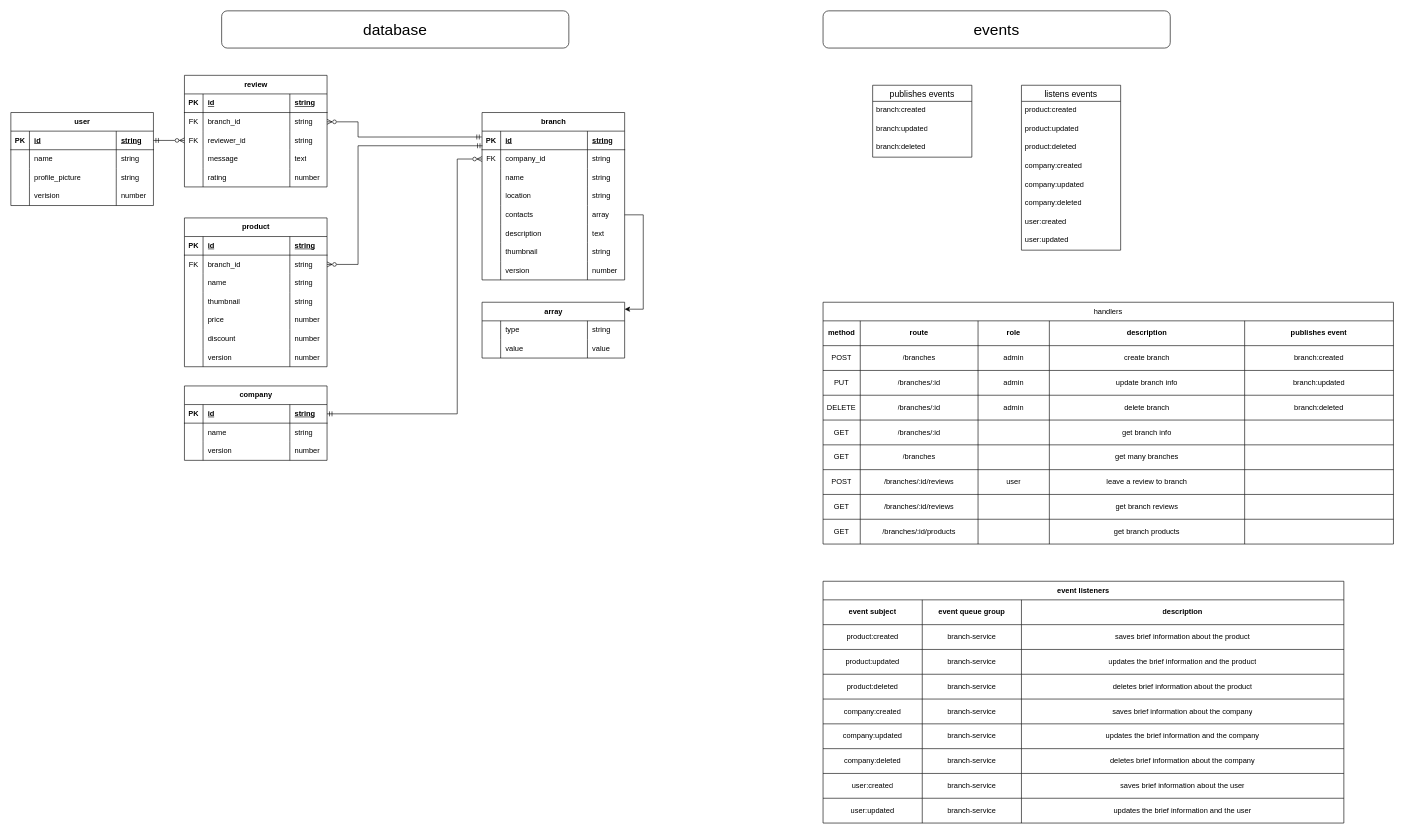
This is page "branch" (7 of 11) of app.drawio from ernurQ/eat-web-diagrams, a draw.io file, before an edit. Source tidied: cells renumbered, new cells numbered last; positions are measured from the earlier drawing's top-left corner, leaving out a move shared by most shapes. Both pictures are drawn from the tidied source at 62%, with x=0, y=0 at pixel (11, 11).
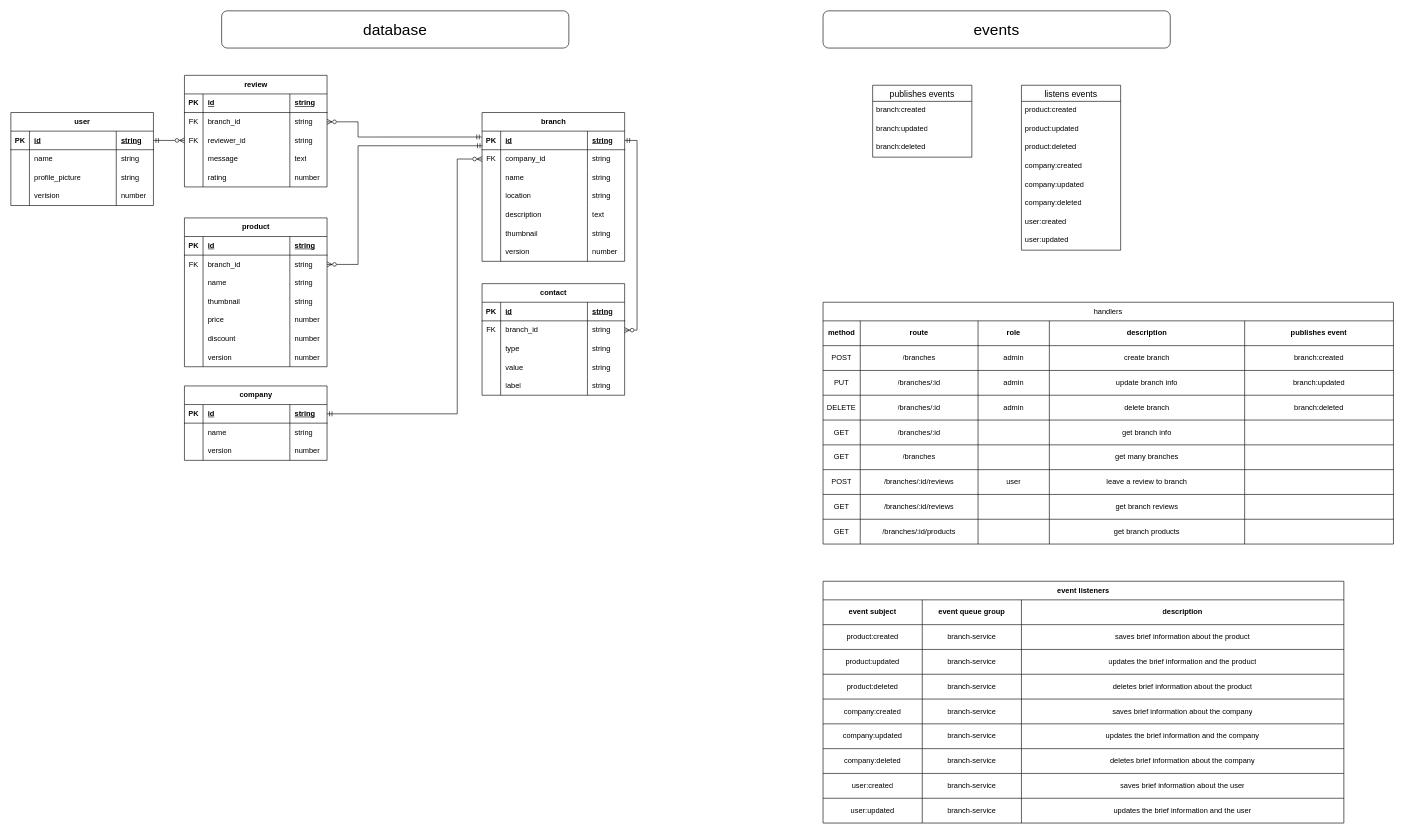
After the change.

Commit message (it also covers changes not shown here):
update company, branch contacts

The change refers to these unchanged cells:
```xml
<mxCell id="3" style="shape=tableRow;horizontal=0;startSize=0;swimlaneHead=0;swimlaneBody=0;fillColor=none;points=[[0,0.5],[1,0.5]];portConstraint=eastwest;top=0;left=0;right=0;bottom=1;" parent="2" vertex="1">
  <mxGeometry y="30" width="230" height="30" as="geometry" />
</mxCell>
```

The edit, as a diff of the source:
```diff
@@
     <mxCell id="2" value="branch" style="shape=table;startSize=30;childLayout=tableLayout;rowLines=0;fontStyle=1;align=center;html=1;" parent="1" vertex="1">
-      <mxGeometry x="760" y="164" width="230" height="270" as="geometry" />
+      <mxGeometry x="760" y="164" width="230" height="240" as="geometry" />
     </mxCell>
@@
-    <mxCell id="19" style="shape=tableRow;horizontal=0;startSize=0;swimlaneHead=0;swimlaneBody=0;fillColor=none;points=[[0,0.5],[1,0.5]];portConstraint=eastwest;top=0;left=0;right=0;bottom=0;" parent="2" vertex="1">
-      <mxGeometry y="150" width="230" height="30" as="geometry" />
-    </mxCell>
-    <mxCell id="20" style="shape=partialRectangle;fillColor=none;top=0;left=0;bottom=0;right=0;overflow=hidden;whiteSpace=wrap;html=1;" parent="19" vertex="1">
-      <mxGeometry width="30" height="30" as="geometry" />
-    </mxCell>
-    <mxCell id="21" value="contacts" style="shape=partialRectangle;fillColor=none;top=0;left=0;bottom=0;right=0;align=left;spacingLeft=6;overflow=hidden;whiteSpace=wrap;html=1;" parent="19" vertex="1">
-      <mxGeometry x="30" width="140" height="30" as="geometry" />
-    </mxCell>
-    <mxCell id="22" value="array" style="shape=partialRectangle;fillColor=none;top=0;left=0;bottom=0;right=0;align=left;spacingLeft=6;overflow=hidden;whiteSpace=wrap;html=1;" parent="19" vertex="1">
-      <mxGeometry x="170" width="60" height="30" as="geometry" />
-    </mxCell>
     <mxCell id="23" style="shape=tableRow;horizontal=0;startSize=0;swimlaneHead=0;swimlaneBody=0;fillColor=none;top=0;left=0;right=0;bottom=0;" parent="2" vertex="1">
-      <mxGeometry y="180" width="230" height="30" as="geometry" />
+      <mxGeometry y="150" width="230" height="30" as="geometry" />
     </mxCell>
@@
     <mxCell id="27" style="shape=tableRow;horizontal=0;startSize=0;swimlaneHead=0;swimlaneBody=0;fillColor=none;top=0;left=0;right=0;bottom=0;" parent="2" vertex="1">
-      <mxGeometry y="210" width="230" height="30" as="geometry" />
+      <mxGeometry y="180" width="230" height="30" as="geometry" />
     </mxCell>
@@
     <mxCell id="31" style="shape=tableRow;horizontal=0;startSize=0;swimlaneHead=0;swimlaneBody=0;fillColor=none;top=0;left=0;right=0;bottom=0;" parent="2" vertex="1">
-      <mxGeometry y="240" width="230" height="30" as="geometry" />
+      <mxGeometry y="210" width="230" height="30" as="geometry" />
     </mxCell>
@@
-    <mxCell id="35" value="array" style="shape=table;startSize=30;childLayout=tableLayout;rowLines=0;fontStyle=1;align=center;html=1;" parent="1" vertex="1">
-      <mxGeometry x="760" y="470" width="230" height="90" as="geometry" />
-    </mxCell>
-    <mxCell id="36" style="shape=tableRow;horizontal=0;startSize=0;swimlaneHead=0;swimlaneBody=0;fillColor=none;top=0;left=0;right=0;bottom=0;" parent="35" vertex="1">
-      <mxGeometry y="30" width="230" height="30" as="geometry" />
-    </mxCell>
-    <mxCell id="37" style="shape=partialRectangle;fillColor=none;top=0;left=0;bottom=0;right=0;overflow=hidden;whiteSpace=wrap;html=1;" parent="36" vertex="1">
-      <mxGeometry width="30" height="30" as="geometry" />
-    </mxCell>
-    <mxCell id="38" value="type" style="shape=partialRectangle;fillColor=none;top=0;left=0;bottom=0;right=0;align=left;spacingLeft=6;overflow=hidden;whiteSpace=wrap;html=1;" parent="36" vertex="1">
-      <mxGeometry x="30" width="140" height="30" as="geometry" />
-    </mxCell>
-    <mxCell id="39" value="string" style="shape=partialRectangle;fillColor=none;top=0;left=0;bottom=0;right=0;align=left;spacingLeft=6;overflow=hidden;whiteSpace=wrap;html=1;" parent="36" vertex="1">
-      <mxGeometry x="170" width="60" height="30" as="geometry" />
-    </mxCell>
-    <mxCell id="40" style="shape=tableRow;horizontal=0;startSize=0;swimlaneHead=0;swimlaneBody=0;fillColor=none;points=[[0,0.5],[1,0.5]];portConstraint=eastwest;top=0;left=0;right=0;bottom=0;" parent="35" vertex="1">
-      <mxGeometry y="60" width="230" height="30" as="geometry" />
-    </mxCell>
-    <mxCell id="41" style="shape=partialRectangle;fillColor=none;top=0;left=0;bottom=0;right=0;overflow=hidden;whiteSpace=wrap;html=1;" parent="40" vertex="1">
-      <mxGeometry width="30" height="30" as="geometry" />
-    </mxCell>
-    <mxCell id="42" value="value" style="shape=partialRectangle;fillColor=none;top=0;left=0;bottom=0;right=0;align=left;spacingLeft=6;overflow=hidden;whiteSpace=wrap;html=1;" parent="40" vertex="1">
-      <mxGeometry x="30" width="140" height="30" as="geometry" />
-    </mxCell>
-    <mxCell id="43" value="value" style="shape=partialRectangle;fillColor=none;top=0;left=0;bottom=0;right=0;align=left;spacingLeft=6;overflow=hidden;whiteSpace=wrap;html=1;" parent="40" vertex="1">
-      <mxGeometry x="170" width="60" height="30" as="geometry" />
-    </mxCell>
-    <mxCell id="44" style="edgeStyle=orthogonalEdgeStyle;rounded=0;jettySize=auto;html=1;entryX=1;entryY=0.124;entryDx=0;entryDy=0;entryPerimeter=0;endArrow=classic;startFill=0;endFill=1;" parent="1" edge="1" source="19" target="35">
-      <mxGeometry relative="1" as="geometry">
-        <Array as="points">
-          <mxPoint x="1020" y="329" />
-          <mxPoint x="1020" y="481" />
-        </Array>
-      </mxGeometry>
-    </mxCell>
@@
+    <mxCell id="236" value="contact" style="shape=table;startSize=30;childLayout=tableLayout;rowLines=0;fontStyle=1;align=center;html=1;" parent="1" vertex="1">
+      <mxGeometry x="760" y="440" width="230" height="180" as="geometry" />
+    </mxCell>
+    <mxCell id="237" style="shape=tableRow;horizontal=0;startSize=0;swimlaneHead=0;swimlaneBody=0;fillColor=none;top=0;left=0;right=0;bottom=1;" parent="236" vertex="1">
+      <mxGeometry y="30" width="230" height="30" as="geometry" />
+    </mxCell>
+    <mxCell id="238" value="PK" style="shape=partialRectangle;fillColor=none;top=0;left=0;bottom=0;right=0;fontStyle=1;overflow=hidden;whiteSpace=wrap;html=1;" parent="237" vertex="1">
+      <mxGeometry width="30" height="30" as="geometry" />
+    </mxCell>
+    <mxCell id="239" value="id" style="shape=partialRectangle;fillColor=none;top=0;left=0;bottom=0;right=0;align=left;spacingLeft=6;fontStyle=5;overflow=hidden;whiteSpace=wrap;html=1;" parent="237" vertex="1">
+      <mxGeometry x="30" width="140" height="30" as="geometry" />
+    </mxCell>
+    <mxCell id="240" value="string" style="shape=partialRectangle;fillColor=none;top=0;left=0;bottom=0;right=0;align=left;spacingLeft=6;fontStyle=5;overflow=hidden;whiteSpace=wrap;html=1;" parent="237" vertex="1">
+      <mxGeometry x="170" width="60" height="30" as="geometry" />
+    </mxCell>
+    <mxCell id="40" style="shape=tableRow;horizontal=0;startSize=0;swimlaneHead=0;swimlaneBody=0;fillColor=none;points=[[0,0.5],[1,0.5]];portConstraint=eastwest;top=0;left=0;right=0;bottom=0;" parent="236" vertex="1">
+      <mxGeometry y="60" width="230" height="30" as="geometry" />
+    </mxCell>
+    <mxCell id="241" value="FK" style="shape=partialRectangle;fillColor=none;top=0;left=0;bottom=0;right=0;overflow=hidden;whiteSpace=wrap;html=1;" parent="40" vertex="1">
+      <mxGeometry width="30" height="30" as="geometry" />
+    </mxCell>
+    <mxCell id="242" value="branch_id" style="shape=partialRectangle;fillColor=none;top=0;left=0;bottom=0;right=0;align=left;spacingLeft=6;overflow=hidden;whiteSpace=wrap;html=1;" parent="40" vertex="1">
+      <mxGeometry x="30" width="140" height="30" as="geometry" />
+    </mxCell>
+    <mxCell id="243" value="string" style="shape=partialRectangle;fillColor=none;top=0;left=0;bottom=0;right=0;align=left;spacingLeft=6;overflow=hidden;whiteSpace=wrap;html=1;" parent="40" vertex="1">
+      <mxGeometry x="170" width="60" height="30" as="geometry" />
+    </mxCell>
+    <mxCell id="244" style="shape=tableRow;horizontal=0;startSize=0;swimlaneHead=0;swimlaneBody=0;fillColor=none;top=0;left=0;right=0;bottom=0;" parent="236" vertex="1">
+      <mxGeometry y="90" width="230" height="30" as="geometry" />
+    </mxCell>
+    <mxCell id="245" style="shape=partialRectangle;fillColor=none;top=0;left=0;bottom=0;right=0;overflow=hidden;whiteSpace=wrap;html=1;" parent="244" vertex="1">
+      <mxGeometry width="30" height="30" as="geometry" />
+    </mxCell>
+    <mxCell id="38" value="type" style="shape=partialRectangle;fillColor=none;top=0;left=0;bottom=0;right=0;align=left;spacingLeft=6;overflow=hidden;whiteSpace=wrap;html=1;" parent="244" vertex="1">
+      <mxGeometry x="30" width="140" height="30" as="geometry" />
+    </mxCell>
+    <mxCell id="246" value="string" style="shape=partialRectangle;fillColor=none;top=0;left=0;bottom=0;right=0;align=left;spacingLeft=6;overflow=hidden;whiteSpace=wrap;html=1;" parent="244" vertex="1">
+      <mxGeometry x="170" width="60" height="30" as="geometry" />
+    </mxCell>
+    <mxCell id="247" style="shape=tableRow;horizontal=0;startSize=0;swimlaneHead=0;swimlaneBody=0;fillColor=none;top=0;left=0;right=0;bottom=0;" parent="236" vertex="1">
+      <mxGeometry y="120" width="230" height="30" as="geometry" />
+    </mxCell>
+    <mxCell id="248" style="shape=partialRectangle;fillColor=none;top=0;left=0;bottom=0;right=0;overflow=hidden;whiteSpace=wrap;html=1;" parent="247" vertex="1">
+      <mxGeometry width="30" height="30" as="geometry" />
+    </mxCell>
+    <mxCell id="42" value="value" style="shape=partialRectangle;fillColor=none;top=0;left=0;bottom=0;right=0;align=left;spacingLeft=6;overflow=hidden;whiteSpace=wrap;html=1;" parent="247" vertex="1">
+      <mxGeometry x="30" width="140" height="30" as="geometry" />
+    </mxCell>
+    <mxCell id="249" value="string" style="shape=partialRectangle;fillColor=none;top=0;left=0;bottom=0;right=0;align=left;spacingLeft=6;overflow=hidden;whiteSpace=wrap;html=1;" parent="247" vertex="1">
+      <mxGeometry x="170" width="60" height="30" as="geometry" />
+    </mxCell>
+    <mxCell id="19" style="shape=tableRow;horizontal=0;startSize=0;swimlaneHead=0;swimlaneBody=0;fillColor=none;points=[[0,0.5],[1,0.5]];portConstraint=eastwest;top=0;left=0;right=0;bottom=0;" parent="236" vertex="1">
+      <mxGeometry y="150" width="230" height="30" as="geometry" />
+    </mxCell>
+    <mxCell id="250" style="shape=partialRectangle;fillColor=none;top=0;left=0;bottom=0;right=0;overflow=hidden;whiteSpace=wrap;html=1;" parent="19" vertex="1">
+      <mxGeometry width="30" height="30" as="geometry" />
+    </mxCell>
+    <mxCell id="251" value="label" style="shape=partialRectangle;fillColor=none;top=0;left=0;bottom=0;right=0;align=left;spacingLeft=6;overflow=hidden;whiteSpace=wrap;html=1;" parent="19" vertex="1">
+      <mxGeometry x="30" width="140" height="30" as="geometry" />
+    </mxCell>
+    <mxCell id="252" value="string" style="shape=partialRectangle;fillColor=none;top=0;left=0;bottom=0;right=0;align=left;spacingLeft=6;overflow=hidden;whiteSpace=wrap;html=1;" parent="19" vertex="1">
+      <mxGeometry x="170" width="60" height="30" as="geometry" />
+    </mxCell>
+    <mxCell id="253" style="edgeStyle=orthogonalEdgeStyle;rounded=0;jettySize=auto;html=1;endArrow=ERmandOne;endFill=0;startArrow=ERzeroToMany;startFill=0;" parent="1" edge="1" source="40" target="3">
+      <mxGeometry relative="1" as="geometry">
+        <Array as="points">
+          <mxPoint x="1010" y="515" />
+          <mxPoint x="1010" y="209" />
+        </Array>
+      </mxGeometry>
+    </mxCell>
```
